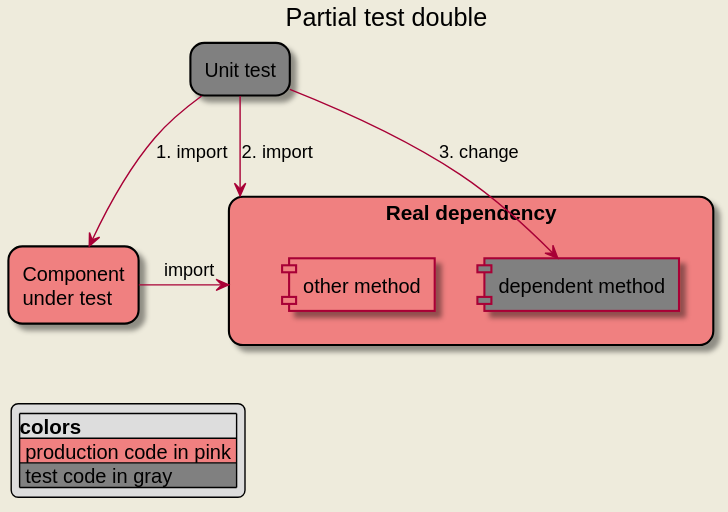
The PlantUML diagram readme-resources/test-double-partial.svg in JulienRobberechts/nodejs-test-double-guide, before a commit.
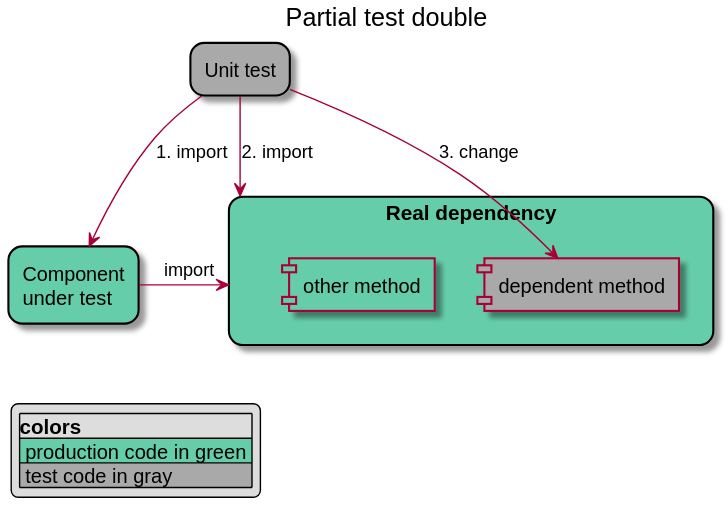
After the change.

Change to the diagram source:
```diff
@@ -1,5 +1,5 @@
 @startuml
-skinparam backgroundColor #EEEBDC
+skinparam backgroundColor White
 
 title
   Partial test double
@@ -9,13 +9,13 @@
     roundCorner 20
 }
 
-rectangle "Unit test" as UnitTest #gray
+rectangle "Unit test" as UnitTest #DarkGrey
 
-rectangle "Component\nunder test" as cut #LightCoral
+rectangle "Component\nunder test" as cut #MediumAquaMarine
 
-rectangle "Real dependency" as RealDependency #LightCoral {
-  component "dependent method" as RealDependencyMut #gray
-  component "other method" as RealDependencyOtherMethod #LightCoral
+rectangle "Real dependency" as RealDependency #MediumAquaMarine {
+  component "dependent method" as RealDependencyMut #DarkGrey
+  component "other method" as RealDependencyOtherMethod #MediumAquaMarine
 }
 
 cut -> RealDependency: import
@@ -25,8 +25,8 @@
 
 legend left
 |colors|
-|<#LightCoral> production code in pink |
-|<#gray> test code in gray |
+|<#MediumAquaMarine> production code in green |
+|<#DarkGrey> test code in gray |
 endlegend
 
 @enduml
```
